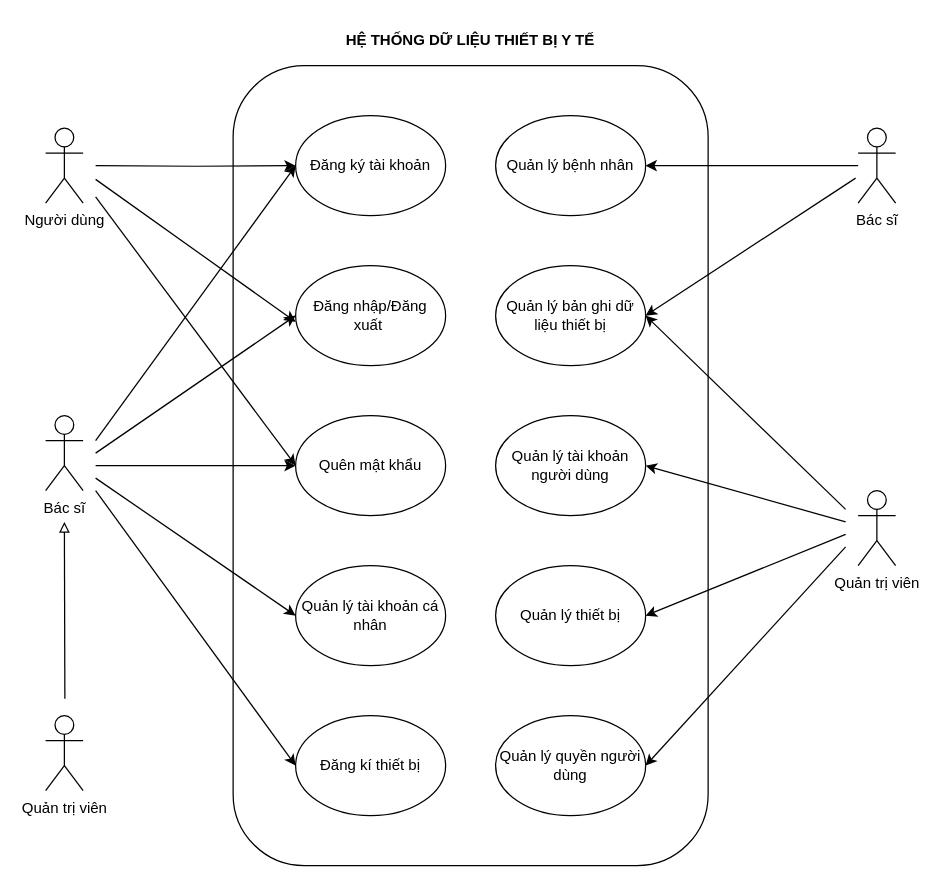
Above: page "Use case tổng quát" (1 of 10) of diagram/usecase/Usecase.drawio in techcomrade/fmECG (draw.io), before the change. Source tidied: cells renumbered, new cells numbered last; positions are measured from the earlier drawing's top-left corner, leaving out a move shared by most shapes. Both pictures are drawn from the tidied source at 125%, with x=0, y=0 at pixel (45, 21).
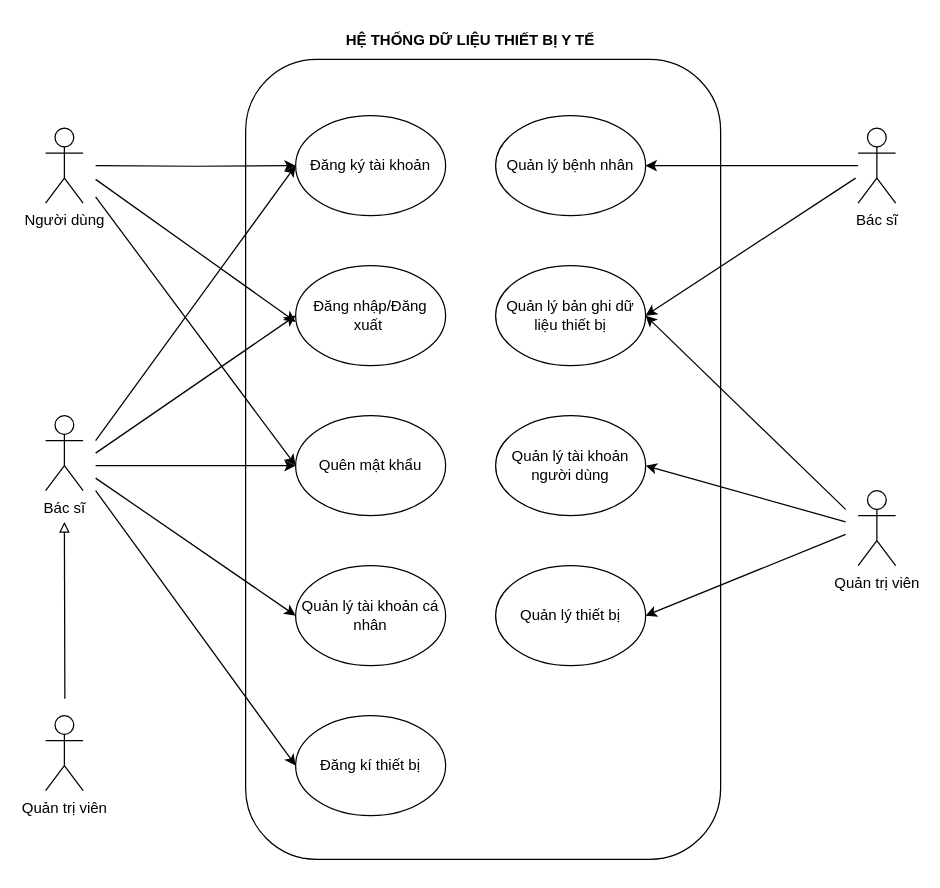
The same diagram, later.

The edit, as a diff of the source:
```diff
@@
-    <mxCell id="13" value="Quản lý quyền người dùng" style="ellipse;whiteSpace=wrap;html=1;" parent="1" vertex="1">
-      <mxGeometry x="360" y="555" width="120" height="80" as="geometry" />
-    </mxCell>
@@
-    <mxCell id="32" style="rounded=0;jettySize=auto;html=1;entryX=1;entryY=0.5;entryDx=0;entryDy=0;" parent="1" edge="1" target="13">
-      <mxGeometry relative="1" as="geometry">
-        <mxPoint x="640" y="420" as="sourcePoint" />
-      </mxGeometry>
-    </mxCell>
     <mxCell id="33" style="rounded=1;whiteSpace=wrap;html=1;fillColor=none;strokeColor=default;" parent="1" vertex="1">
-      <mxGeometry x="150" y="35" width="380" height="640" as="geometry" />
+      <mxGeometry x="160" y="30" width="380" height="640" as="geometry" />
     </mxCell>
```
